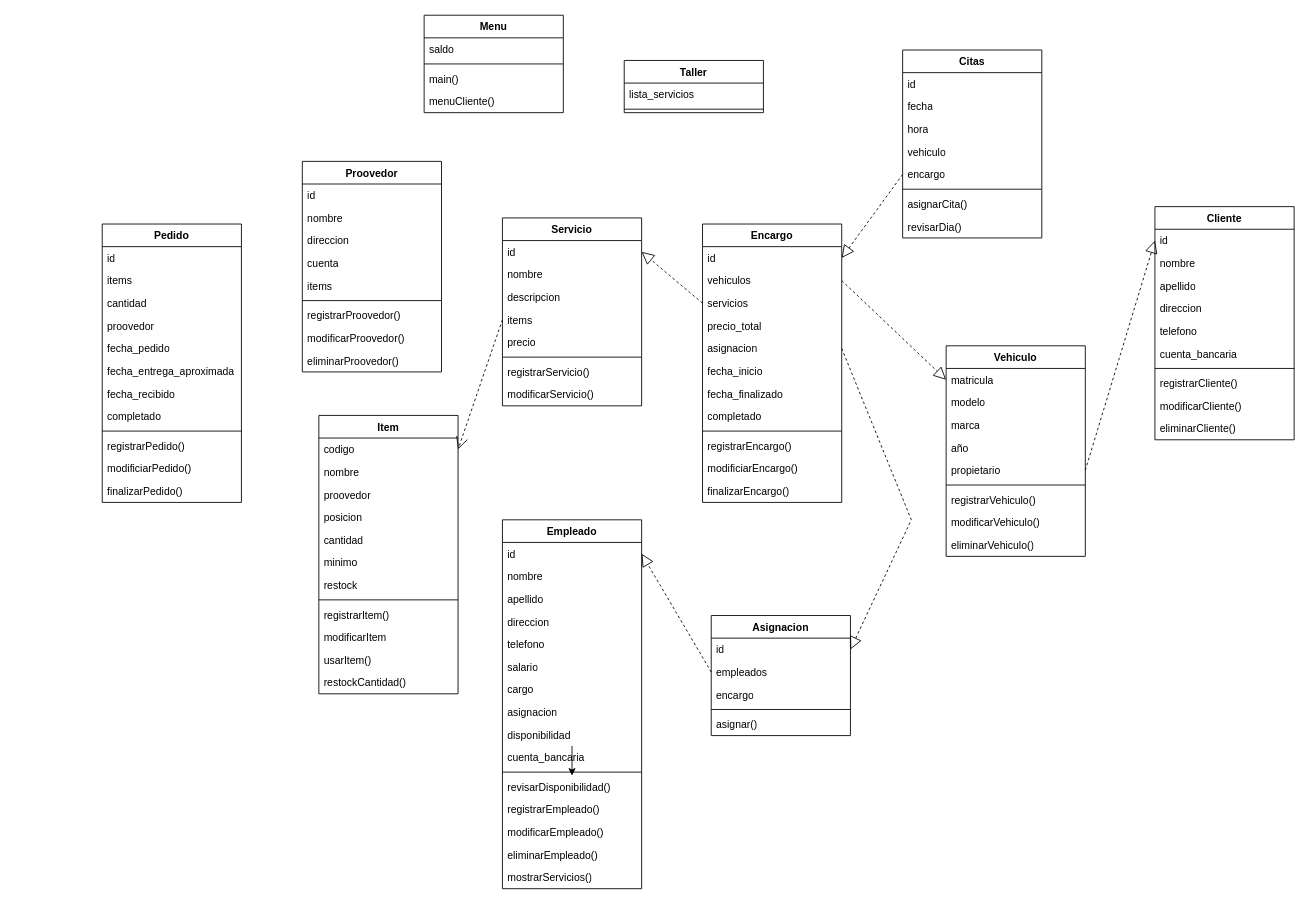
Before: DiagramaClases.drawio in fabricio-cesur/Gestor-Taller, a draw.io diagram. Source tidied: cells renumbered, new cells numbered last; positions are measured from the earlier drawing's top-left corner, leaving out a move shared by most shapes. Both pictures are drawn from the tidied source at 87%, with x=0, y=0 at pixel (102, 15).
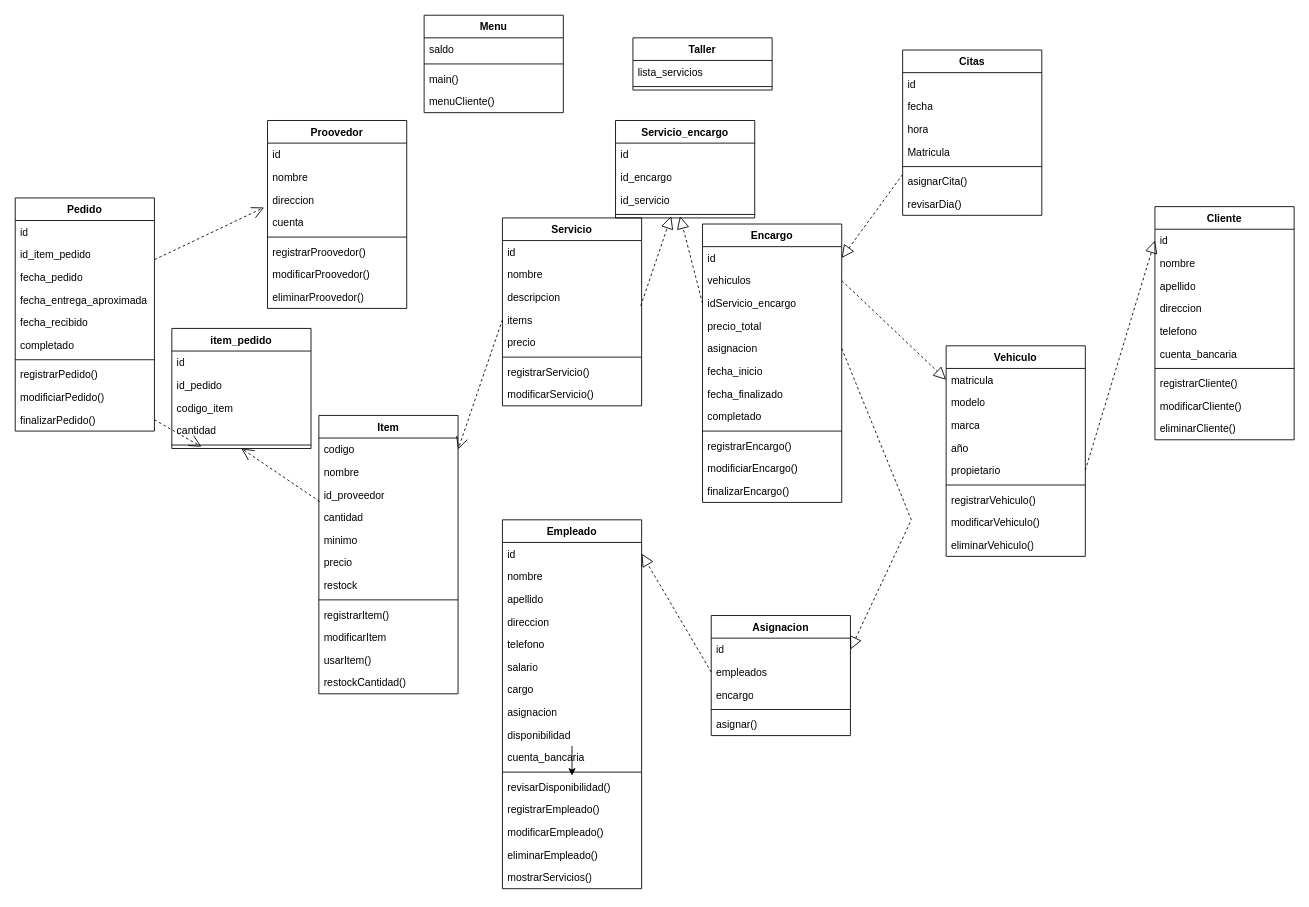
The same diagram, later.

Commit message:
cambios diagrama

Unchanged cells that the change refers to:
```xml
<mxCell id="29" value="id" style="text;strokeColor=none;fillColor=none;align=left;verticalAlign=top;spacingLeft=4;spacingRight=4;overflow=hidden;points=[[0,0.5],[1,0.5]];portConstraint=eastwest;whiteSpace=wrap;html=1;" parent="28" vertex="1">
  <mxGeometry y="26" width="160" height="26" as="geometry" />
</mxCell>
<mxCell id="32" value="items" style="text;strokeColor=none;fillColor=none;align=left;verticalAlign=top;spacingLeft=4;spacingRight=4;overflow=hidden;points=[[0,0.5],[1,0.5]];portConstraint=eastwest;whiteSpace=wrap;html=1;" parent="28" vertex="1">
  <mxGeometry y="104" width="160" height="26" as="geometry" />
</mxCell>
<mxCell id="39" value="Item" style="swimlane;fontStyle=1;align=center;verticalAlign=top;horizontal=1;startSize=26;whiteSpace=wrap;html=1;" parent="1" vertex="1">
  <mxGeometry x="249" y="460" width="160" height="320" as="geometry" />
</mxCell>
<mxCell id="77" value="Encargo" style="swimlane;fontStyle=1;align=center;verticalAlign=top;horizontal=1;startSize=26;whiteSpace=wrap;html=1;" parent="1" vertex="1">
  <mxGeometry x="690" y="240" width="160" height="320" as="geometry" />
</mxCell>
<mxCell id="78" value="id" style="text;strokeColor=none;fillColor=none;align=left;verticalAlign=top;spacingLeft=4;spacingRight=4;overflow=hidden;points=[[0,0.5],[1,0.5]];portConstraint=eastwest;whiteSpace=wrap;html=1;" parent="77" vertex="1">
  <mxGeometry y="26" width="160" height="26" as="geometry" />
</mxCell>
<mxCell id="96" value="direccion" style="text;strokeColor=none;fillColor=none;align=left;verticalAlign=top;spacingLeft=4;spacingRight=4;overflow=hidden;points=[[0,0.5],[1,0.5]];portConstraint=eastwest;whiteSpace=wrap;html=1;" parent="93" vertex="1">
  <mxGeometry y="78" width="160" height="26" as="geometry" />
</mxCell>
```

The edit, as a diff of the source:
```diff
@@
-    <mxCell id="42" value="proovedor" style="text;strokeColor=none;fillColor=none;align=left;verticalAlign=top;spacingLeft=4;spacingRight=4;overflow=hidden;points=[[0,0.5],[1,0.5]];portConstraint=eastwest;whiteSpace=wrap;html=1;" parent="39" vertex="1">
+    <mxCell id="42" value="id_proveedor" style="text;strokeColor=none;fillColor=none;align=left;verticalAlign=top;spacingLeft=4;spacingRight=4;overflow=hidden;points=[[0,0.5],[1,0.5]];portConstraint=eastwest;whiteSpace=wrap;html=1;" parent="39" vertex="1">
       <mxGeometry y="78" width="160" height="26" as="geometry" />
     </mxCell>
-    <mxCell id="43" value="posicion" style="text;strokeColor=none;fillColor=none;align=left;verticalAlign=top;spacingLeft=4;spacingRight=4;overflow=hidden;whiteSpace=wrap;html=1;" parent="39" vertex="1">
-      <mxGeometry y="104" width="160" height="26" as="geometry" />
-    </mxCell>
     <mxCell id="44" value="cantidad" style="text;strokeColor=none;fillColor=none;align=left;verticalAlign=top;spacingLeft=4;spacingRight=4;overflow=hidden;whiteSpace=wrap;html=1;" parent="39" vertex="1">
-      <mxGeometry y="130" width="160" height="26" as="geometry" />
+      <mxGeometry y="104" width="160" height="26" as="geometry" />
     </mxCell>
     <mxCell id="45" value="minimo" style="text;strokeColor=none;fillColor=none;align=left;verticalAlign=top;spacingLeft=4;spacingRight=4;overflow=hidden;whiteSpace=wrap;html=1;" parent="39" vertex="1">
-      <mxGeometry y="156" width="160" height="26" as="geometry" />
+      <mxGeometry y="130" width="160" height="26" as="geometry" />
     </mxCell>
+    <mxCell id="129" value="precio" style="text;strokeColor=none;fillColor=none;align=left;verticalAlign=top;spacingLeft=4;spacingRight=4;overflow=hidden;whiteSpace=wrap;html=1;" parent="39" vertex="1">
+      <mxGeometry y="156" width="160" height="26" as="geometry" />
+    </mxCell>
@@
-    <mxCell id="80" value="servicios" style="text;strokeColor=none;fillColor=none;align=left;verticalAlign=top;spacingLeft=4;spacingRight=4;overflow=hidden;points=[[0,0.5],[1,0.5]];portConstraint=eastwest;whiteSpace=wrap;html=1;" parent="77" vertex="1">
+    <mxCell id="80" value="idServicio_encargo" style="text;strokeColor=none;fillColor=none;align=left;verticalAlign=top;spacingLeft=4;spacingRight=4;overflow=hidden;points=[[0,0.5],[1,0.5]];portConstraint=eastwest;whiteSpace=wrap;html=1;" parent="77" vertex="1">
       <mxGeometry y="78" width="160" height="26" as="geometry" />
     </mxCell>
@@
-    <mxCell id="90" style="endArrow=block;dashed=1;endFill=0;endSize=12;html=1;rounded=0;entryX=1;entryY=0.5;entryDx=0;entryDy=0;exitX=0;exitY=0.5;exitDx=0;exitDy=0;" parent="1" edge="1" source="80" target="29">
+    <mxCell id="90" style="endArrow=block;dashed=1;endFill=0;endSize=12;html=1;rounded=0;entryX=0.463;entryY=0.75;entryDx=0;entryDy=0;exitX=0;exitY=0.5;exitDx=0;exitDy=0;entryPerimeter=0;" parent="1" edge="1" source="80" target="134">
       <mxGeometry relative="1" as="geometry" />
     </mxCell>
@@
     <mxCell id="93" value="Proovedor" style="swimlane;fontStyle=1;align=center;verticalAlign=top;horizontal=1;startSize=26;whiteSpace=wrap;html=1;" parent="1" vertex="1">
-      <mxGeometry x="230" y="168" width="160" height="242" as="geometry" />
+      <mxGeometry x="190" y="121" width="160" height="216" as="geometry" />
     </mxCell>
@@
-    <mxCell id="98" value="items" style="text;strokeColor=none;fillColor=none;align=left;verticalAlign=top;spacingLeft=4;spacingRight=4;overflow=hidden;whiteSpace=wrap;html=1;" parent="93" vertex="1">
-      <mxGeometry y="130" width="160" height="26" as="geometry" />
-    </mxCell>
     <mxCell id="99" style="line;strokeWidth=1;fillColor=none;align=left;verticalAlign=middle;spacingTop=-1;spacingLeft=3;spacingRight=3;labelPosition=right;strokeColor=inherit;" parent="93" vertex="1">
-      <mxGeometry y="156" width="160" height="8" as="geometry" />
+      <mxGeometry y="130" width="160" height="8" as="geometry" />
     </mxCell>
     <mxCell id="100" value="registrarProovedor()" style="text;strokeColor=none;fillColor=none;align=left;verticalAlign=top;spacingLeft=4;spacingRight=4;overflow=hidden;whiteSpace=wrap;html=1;" parent="93" vertex="1">
-      <mxGeometry y="164" width="160" height="26" as="geometry" />
+      <mxGeometry y="138" width="160" height="26" as="geometry" />
     </mxCell>
     <mxCell id="101" value="modificarProovedor()" style="text;strokeColor=none;fillColor=none;align=left;verticalAlign=top;spacingLeft=4;spacingRight=4;overflow=hidden;whiteSpace=wrap;html=1;" parent="93" vertex="1">
-      <mxGeometry y="190" width="160" height="26" as="geometry" />
+      <mxGeometry y="164" width="160" height="26" as="geometry" />
     </mxCell>
     <mxCell id="102" value="eliminarProovedor()" style="text;strokeColor=none;fillColor=none;align=left;verticalAlign=top;spacingLeft=4;spacingRight=4;overflow=hidden;whiteSpace=wrap;html=1;" parent="93" vertex="1">
-      <mxGeometry y="216" width="160" height="26" as="geometry" />
+      <mxGeometry y="190" width="160" height="26" as="geometry" />
     </mxCell>
     <mxCell id="103" value="Citas" style="swimlane;fontStyle=1;align=center;verticalAlign=top;horizontal=1;startSize=26;whiteSpace=wrap;html=1;" parent="1" vertex="1">
-      <mxGeometry x="920" y="40" width="160" height="216" as="geometry" />
+      <mxGeometry x="920" y="40" width="160" height="190" as="geometry" />
     </mxCell>
@@
-    <mxCell id="107" value="vehiculo" style="text;strokeColor=none;fillColor=none;align=left;verticalAlign=top;spacingLeft=4;spacingRight=4;overflow=hidden;whiteSpace=wrap;html=1;" parent="103" vertex="1">
+    <mxCell id="107" value="Matricula" style="text;strokeColor=none;fillColor=none;align=left;verticalAlign=top;spacingLeft=4;spacingRight=4;overflow=hidden;whiteSpace=wrap;html=1;" parent="103" vertex="1">
       <mxGeometry y="104" width="160" height="26" as="geometry" />
     </mxCell>
-    <mxCell id="108" value="encargo" style="text;strokeColor=none;fillColor=none;align=left;verticalAlign=top;spacingLeft=4;spacingRight=4;overflow=hidden;points=[[0,0.5],[1,0.5]];portConstraint=eastwest;whiteSpace=wrap;html=1;" parent="103" vertex="1">
-      <mxGeometry y="130" width="160" height="26" as="geometry" />
-    </mxCell>
     <mxCell id="109" style="line;strokeWidth=1;fillColor=none;align=left;verticalAlign=middle;spacingTop=-1;spacingLeft=3;spacingRight=3;labelPosition=right;strokeColor=inherit;" parent="103" vertex="1">
-      <mxGeometry y="156" width="160" height="8" as="geometry" />
+      <mxGeometry y="130" width="160" height="8" as="geometry" />
     </mxCell>
     <mxCell id="110" value="asignarCita()" style="text;strokeColor=none;fillColor=none;align=left;verticalAlign=top;spacingLeft=4;spacingRight=4;overflow=hidden;whiteSpace=wrap;html=1;" parent="103" vertex="1">
-      <mxGeometry y="164" width="160" height="26" as="geometry" />
+      <mxGeometry y="138" width="160" height="26" as="geometry" />
     </mxCell>
     <mxCell id="111" value="revisarDia()" style="text;strokeColor=none;fillColor=none;align=left;verticalAlign=top;spacingLeft=4;spacingRight=4;overflow=hidden;whiteSpace=wrap;html=1;" parent="103" vertex="1">
-      <mxGeometry y="190" width="160" height="26" as="geometry" />
+      <mxGeometry y="164" width="160" height="26" as="geometry" />
     </mxCell>
     <mxCell id="112" value="Taller" style="swimlane;fontStyle=1;align=center;verticalAlign=top;horizontal=1;startSize=26;whiteSpace=wrap;html=1;" parent="1" vertex="1">
-      <mxGeometry x="600" y="52" width="160" height="60" as="geometry" />
+      <mxGeometry x="610" y="26" width="160" height="60" as="geometry" />
     </mxCell>
@@
-    <mxCell id="115" style="endArrow=block;dashed=1;endFill=0;endSize=12;html=1;rounded=0;exitX=0;exitY=0.5;exitDx=0;exitDy=0;entryX=1;entryY=0.5;entryDx=0;entryDy=0;" parent="1" edge="1" source="108" target="78">
-      <mxGeometry relative="1" as="geometry" />
+    <mxCell id="115" style="endArrow=block;dashed=1;endFill=0;endSize=12;html=1;rounded=0;exitX=0;exitY=0.5;exitDx=0;exitDy=0;entryX=1;entryY=0.5;entryDx=0;entryDy=0;" parent="1" edge="1" target="78">
+      <mxGeometry relative="1" as="geometry">
+        <mxPoint x="920" y="183" as="sourcePoint" />
+      </mxGeometry>
     </mxCell>
     <mxCell id="116" value="Pedido" style="swimlane;fontStyle=1;align=center;verticalAlign=top;horizontal=1;startSize=26;whiteSpace=wrap;html=1;" parent="1" vertex="1">
-      <mxGeometry y="240" width="160" height="320" as="geometry" />
+      <mxGeometry x="-100" y="210" width="160" height="268" as="geometry" />
     </mxCell>
@@
-    <mxCell id="118" value="items" style="text;strokeColor=none;fillColor=none;align=left;verticalAlign=top;spacingLeft=4;spacingRight=4;overflow=hidden;whiteSpace=wrap;html=1;" parent="116" vertex="1">
+    <mxCell id="118" value="id_item_pedido" style="text;strokeColor=none;fillColor=none;align=left;verticalAlign=top;spacingLeft=4;spacingRight=4;overflow=hidden;whiteSpace=wrap;html=1;" parent="116" vertex="1">
       <mxGeometry y="52" width="160" height="26" as="geometry" />
     </mxCell>
-    <mxCell id="119" value="cantidad" style="text;strokeColor=none;fillColor=none;align=left;verticalAlign=top;spacingLeft=4;spacingRight=4;overflow=hidden;whiteSpace=wrap;html=1;" parent="116" vertex="1">
-      <mxGeometry y="78" width="160" height="26" as="geometry" />
-    </mxCell>
-    <mxCell id="120" value="proovedor" style="text;strokeColor=none;fillColor=none;align=left;verticalAlign=top;spacingLeft=4;spacingRight=4;overflow=hidden;whiteSpace=wrap;html=1;" parent="116" vertex="1">
-      <mxGeometry y="104" width="160" height="26" as="geometry" />
-    </mxCell>
     <mxCell id="121" value="fecha_pedido" style="text;strokeColor=none;fillColor=none;align=left;verticalAlign=top;spacingLeft=4;spacingRight=4;overflow=hidden;whiteSpace=wrap;html=1;" parent="116" vertex="1">
-      <mxGeometry y="130" width="160" height="26" as="geometry" />
+      <mxGeometry y="78" width="160" height="26" as="geometry" />
     </mxCell>
     <mxCell id="122" value="fecha_entrega_aproximada" style="text;strokeColor=none;fillColor=none;align=left;verticalAlign=top;spacingLeft=4;spacingRight=4;overflow=hidden;whiteSpace=wrap;html=1;" parent="116" vertex="1">
-      <mxGeometry y="156" width="160" height="26" as="geometry" />
+      <mxGeometry y="104" width="160" height="26" as="geometry" />
     </mxCell>
     <mxCell id="123" value="fecha_recibido" style="text;strokeColor=none;fillColor=none;align=left;verticalAlign=top;spacingLeft=4;spacingRight=4;overflow=hidden;whiteSpace=wrap;html=1;" parent="116" vertex="1">
-      <mxGeometry y="182" width="160" height="26" as="geometry" />
+      <mxGeometry y="130" width="160" height="26" as="geometry" />
     </mxCell>
     <mxCell id="124" value="completado" style="text;strokeColor=none;fillColor=none;align=left;verticalAlign=top;spacingLeft=4;spacingRight=4;overflow=hidden;whiteSpace=wrap;html=1;" parent="116" vertex="1">
-      <mxGeometry y="208" width="160" height="26" as="geometry" />
+      <mxGeometry y="156" width="160" height="26" as="geometry" />
     </mxCell>
     <mxCell id="125" style="line;strokeWidth=1;fillColor=none;align=left;verticalAlign=middle;spacingTop=-1;spacingLeft=3;spacingRight=3;labelPosition=right;strokeColor=inherit;" parent="116" vertex="1">
-      <mxGeometry y="234" width="160" height="8" as="geometry" />
+      <mxGeometry y="182" width="160" height="8" as="geometry" />
     </mxCell>
     <mxCell id="126" value="registrarPedido()" style="text;strokeColor=none;fillColor=none;align=left;verticalAlign=top;spacingLeft=4;spacingRight=4;overflow=hidden;whiteSpace=wrap;html=1;" parent="116" vertex="1">
-      <mxGeometry y="242" width="160" height="26" as="geometry" />
+      <mxGeometry y="190" width="160" height="26" as="geometry" />
     </mxCell>
     <mxCell id="127" value="modificiarPedido()" style="text;strokeColor=none;fillColor=none;align=left;verticalAlign=top;spacingLeft=4;spacingRight=4;overflow=hidden;whiteSpace=wrap;html=1;" parent="116" vertex="1">
-      <mxGeometry y="268" width="160" height="26" as="geometry" />
+      <mxGeometry y="216" width="160" height="26" as="geometry" />
     </mxCell>
     <mxCell id="128" value="finalizarPedido()" style="text;strokeColor=none;fillColor=none;align=left;verticalAlign=top;spacingLeft=4;spacingRight=4;overflow=hidden;points=[[0,0.5],[1,0.5]];portConstraint=eastwest;whiteSpace=wrap;html=1;" parent="116" vertex="1">
-      <mxGeometry y="294" width="160" height="26" as="geometry" />
+      <mxGeometry y="242" width="160" height="26" as="geometry" />
     </mxCell>
+    <mxCell id="130" value="Servicio_encargo" style="swimlane;fontStyle=1;align=center;verticalAlign=top;horizontal=1;startSize=26;whiteSpace=wrap;html=1;" parent="1" vertex="1">
+      <mxGeometry x="590" y="121" width="160" height="112" as="geometry" />
+    </mxCell>
+    <mxCell id="131" value="id&lt;div&gt;&lt;br&gt;&lt;/div&gt;" style="text;strokeColor=none;fillColor=none;align=left;verticalAlign=top;spacingLeft=4;spacingRight=4;overflow=hidden;whiteSpace=wrap;html=1;" parent="130" vertex="1">
+      <mxGeometry y="26" width="160" height="26" as="geometry" />
+    </mxCell>
+    <mxCell id="132" value="id_encargo" style="text;strokeColor=none;fillColor=none;align=left;verticalAlign=top;spacingLeft=4;spacingRight=4;overflow=hidden;whiteSpace=wrap;html=1;" parent="130" vertex="1">
+      <mxGeometry y="52" width="160" height="26" as="geometry" />
+    </mxCell>
+    <mxCell id="133" value="id_servicio&lt;div&gt;&lt;br&gt;&lt;/div&gt;" style="text;strokeColor=none;fillColor=none;align=left;verticalAlign=top;spacingLeft=4;spacingRight=4;overflow=hidden;whiteSpace=wrap;html=1;" parent="130" vertex="1">
+      <mxGeometry y="78" width="160" height="26" as="geometry" />
+    </mxCell>
+    <mxCell id="134" style="line;strokeWidth=1;fillColor=none;align=left;verticalAlign=middle;spacingTop=-1;spacingLeft=3;spacingRight=3;labelPosition=right;points=[];portConstraint=eastwest;strokeColor=inherit;" parent="130" vertex="1">
+      <mxGeometry y="104" width="160" height="8" as="geometry" />
+    </mxCell>
+    <mxCell id="135" style="endArrow=block;dashed=1;endFill=0;endSize=12;html=1;rounded=0;entryX=0.4;entryY=0.75;entryDx=0;entryDy=0;exitX=0.994;exitY=-0.115;exitDx=0;exitDy=0;entryPerimeter=0;exitPerimeter=0;" parent="1" edge="1" source="32" target="134">
+      <mxGeometry relative="1" as="geometry" />
+    </mxCell>
+    <mxCell id="136" value="item_pedido" style="swimlane;fontStyle=1;align=center;verticalAlign=top;horizontal=1;startSize=26;whiteSpace=wrap;html=1;" parent="1" vertex="1">
+      <mxGeometry x="80" y="360" width="160" height="138" as="geometry" />
+    </mxCell>
+    <mxCell id="137" value="id&lt;div&gt;&lt;br&gt;&lt;/div&gt;" style="text;strokeColor=none;fillColor=none;align=left;verticalAlign=top;spacingLeft=4;spacingRight=4;overflow=hidden;whiteSpace=wrap;html=1;" parent="136" vertex="1">
+      <mxGeometry y="26" width="160" height="26" as="geometry" />
+    </mxCell>
+    <mxCell id="138" value="id_pedido" style="text;strokeColor=none;fillColor=none;align=left;verticalAlign=top;spacingLeft=4;spacingRight=4;overflow=hidden;whiteSpace=wrap;html=1;" parent="136" vertex="1">
+      <mxGeometry y="52" width="160" height="26" as="geometry" />
+    </mxCell>
+    <mxCell id="139" value="codigo_item" style="text;strokeColor=none;fillColor=none;align=left;verticalAlign=top;spacingLeft=4;spacingRight=4;overflow=hidden;whiteSpace=wrap;html=1;" parent="136" vertex="1">
+      <mxGeometry y="78" width="160" height="26" as="geometry" />
+    </mxCell>
+    <mxCell id="119" value="cantidad" style="text;strokeColor=none;fillColor=none;align=left;verticalAlign=top;spacingLeft=4;spacingRight=4;overflow=hidden;whiteSpace=wrap;html=1;" parent="136" vertex="1">
+      <mxGeometry y="104" width="160" height="26" as="geometry" />
+    </mxCell>
+    <mxCell id="140" style="line;strokeWidth=1;fillColor=none;align=left;verticalAlign=middle;spacingTop=-1;spacingLeft=3;spacingRight=3;labelPosition=right;points=[];portConstraint=eastwest;strokeColor=inherit;" parent="136" vertex="1">
+      <mxGeometry y="130" width="160" height="8" as="geometry" />
+    </mxCell>
+    <mxCell id="141" style="endArrow=open;endSize=12;dashed=1;html=1;rounded=0;exitX=0.006;exitY=0.808;exitDx=0;exitDy=0;entryX=0.5;entryY=1;entryDx=0;entryDy=0;exitPerimeter=0;" parent="1" edge="1" source="42" target="136">
+      <mxGeometry relative="1" as="geometry" />
+    </mxCell>
+    <mxCell id="142" style="endArrow=open;endSize=12;dashed=1;html=1;rounded=0;exitX=1;exitY=0.5;exitDx=0;exitDy=0;entryX=0.213;entryY=0.75;entryDx=0;entryDy=0;entryPerimeter=0;" parent="1" edge="1" source="128" target="140">
+      <mxGeometry relative="1" as="geometry" />
+    </mxCell>
+    <mxCell id="143" style="endArrow=open;endSize=12;dashed=1;html=1;rounded=0;exitX=1;exitY=0.5;exitDx=0;exitDy=0;entryX=-0.025;entryY=0.846;entryDx=0;entryDy=0;entryPerimeter=0;" parent="1" edge="1" target="96">
+      <mxGeometry relative="1" as="geometry">
+        <mxPoint x="60" y="281" as="sourcePoint" />
+      </mxGeometry>
+    </mxCell>
```
